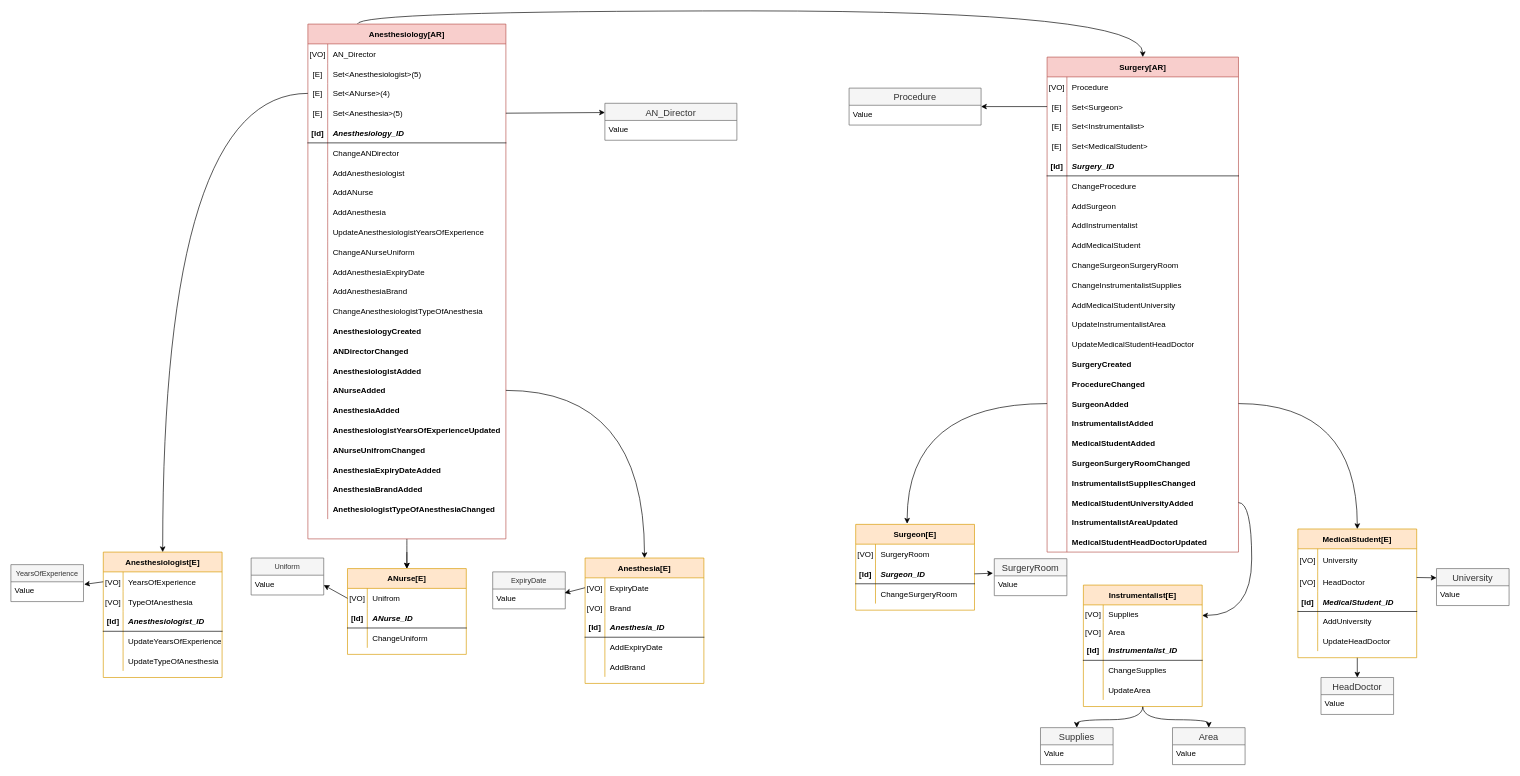
Earlier version of the draw.io diagram page "Model" (3 of 4) of model.drawio (shermaes/hospital-ddd). Source tidied: cells renumbered, new cells numbered last; positions are measured from the earlier drawing's top-left corner, leaving out a move shared by most shapes. Both pictures are drawn from the tidied source at 66%, with x=0, y=0 at pixel (11, 24).
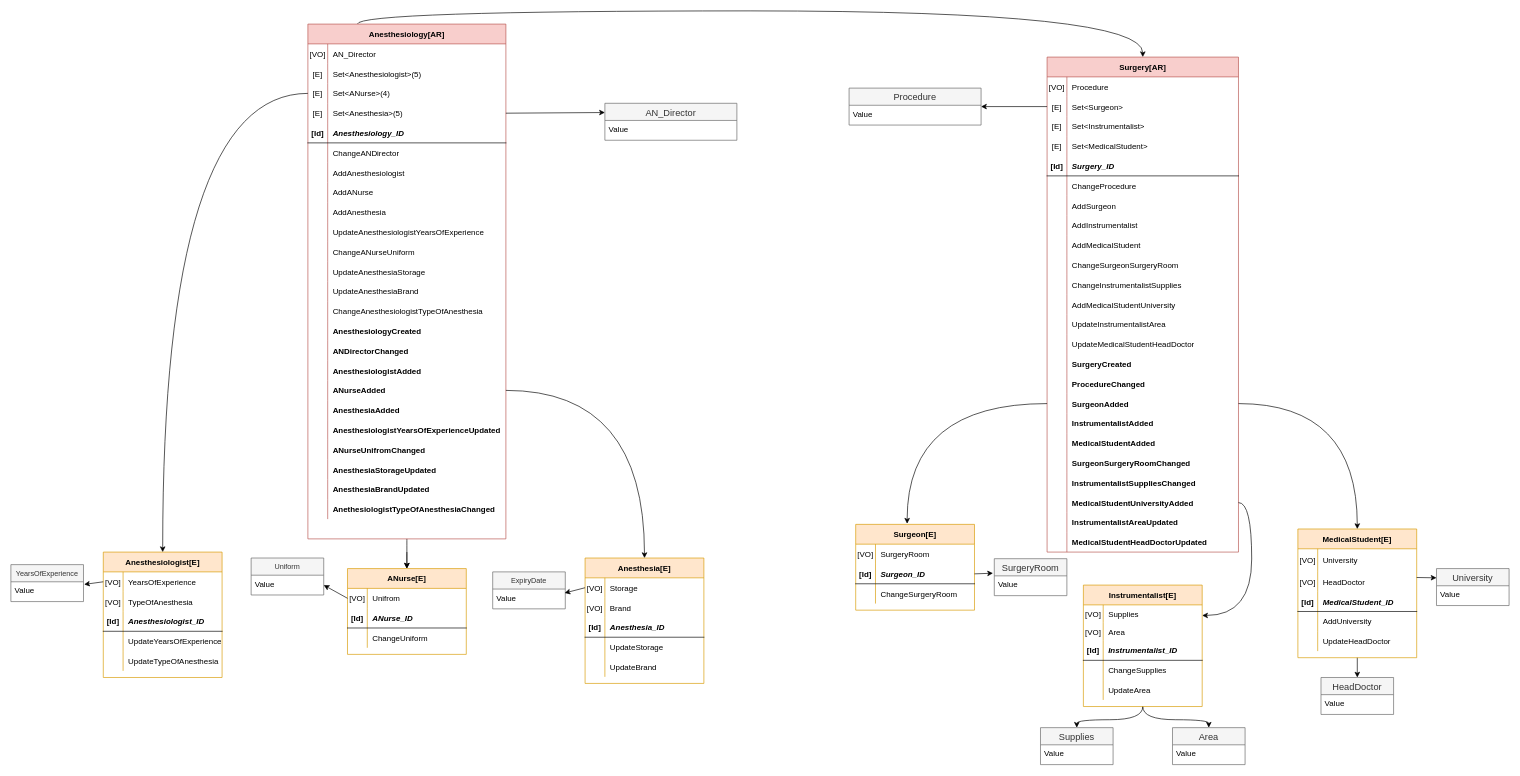
The same diagram, later.

Commit message (it also covers changes not shown here):
added the command to update the storage

Unchanged cells that the change refers to:
```xml
<mxCell id="39" style="shape=partialRectangle;fillColor=none;top=0;left=0;bottom=0;right=0;fontSize=14;verticalAlign=top;" parent="5" vertex="1">
  <mxGeometry y="360" width="300" height="30" as="geometry" />
</mxCell>
<mxCell id="42" style="shape=partialRectangle;fillColor=none;top=0;left=0;bottom=0;right=0;fontSize=14;verticalAlign=top;" parent="5" vertex="1">
  <mxGeometry y="390" width="300" height="30" as="geometry" />
</mxCell>
<mxCell id="69" style="shape=partialRectangle;fillColor=none;top=0;left=0;bottom=0;right=0;fontSize=14;verticalAlign=top;fontStyle=1;" parent="5" vertex="1">
  <mxGeometry y="660" width="300" height="30" as="geometry" />
</mxCell>
<mxCell id="72" style="shape=partialRectangle;fillColor=none;top=0;left=0;bottom=0;right=0;fontSize=14;verticalAlign=top;fontStyle=1;" parent="5" vertex="1">
  <mxGeometry y="690" width="300" height="30" as="geometry" />
</mxCell>
<mxCell id="216" style="shape=partialRectangle;fillColor=none;top=0;left=0;bottom=0;right=0;points=[[0,0.5],[1,0.5]];portConstraint=eastwest;" parent="215" vertex="1">
  <mxGeometry y="30" width="180" height="30" as="geometry" />
</mxCell>
<mxCell id="225" style="shape=partialRectangle;fillColor=none;top=0;left=0;bottom=0;right=0;" parent="215" vertex="1">
  <mxGeometry y="120" width="180" height="30" as="geometry" />
</mxCell>
<mxCell id="228" style="shape=partialRectangle;fillColor=none;top=0;left=0;bottom=0;right=0;" parent="215" vertex="1">
  <mxGeometry y="150" width="180" height="30" as="geometry" />
</mxCell>
```

The edit, as a diff of the source:
```diff
@@
-    <mxCell id="41" value="AddAnesthesiaExpiryDate" style="shape=partialRectangle;fillColor=none;top=0;left=0;bottom=0;right=0;align=left;spacingLeft=6;overflow=hidden;fontStyle=0;" parent="39" vertex="1">
+    <mxCell id="41" value="UpdateAnesthesiaStorage" style="shape=partialRectangle;fillColor=none;top=0;left=0;bottom=0;right=0;align=left;spacingLeft=6;overflow=hidden;fontStyle=0;" parent="39" vertex="1">
       <mxGeometry x="30" width="270" height="30" as="geometry" />
     </mxCell>
@@
-    <mxCell id="44" value="AddAnesthesiaBrand" style="shape=partialRectangle;fillColor=none;top=0;left=0;bottom=0;right=0;align=left;spacingLeft=6;overflow=hidden;fontStyle=0;" parent="42" vertex="1">
+    <mxCell id="44" value="UpdateAnesthesiaBrand" style="shape=partialRectangle;fillColor=none;top=0;left=0;bottom=0;right=0;align=left;spacingLeft=6;overflow=hidden;fontStyle=0;" parent="42" vertex="1">
       <mxGeometry x="30" width="270" height="30" as="geometry" />
     </mxCell>
@@
-    <mxCell id="71" value="AnesthesiaExpiryDateAdded" style="shape=partialRectangle;fillColor=none;top=0;left=0;bottom=0;right=0;align=left;spacingLeft=6;overflow=hidden;fontStyle=1;" parent="69" vertex="1">
+    <mxCell id="71" value="AnesthesiaStorageUpdated" style="shape=partialRectangle;fillColor=none;top=0;left=0;bottom=0;right=0;align=left;spacingLeft=6;overflow=hidden;fontStyle=1;" parent="69" vertex="1">
       <mxGeometry x="30" width="270" height="30" as="geometry" />
     </mxCell>
@@
-    <mxCell id="74" value="AnesthesiaBrandAdded" style="shape=partialRectangle;fillColor=none;top=0;left=0;bottom=0;right=0;align=left;spacingLeft=6;overflow=hidden;fontStyle=1;" parent="72" vertex="1">
+    <mxCell id="74" value="AnesthesiaBrandUpdated" style="shape=partialRectangle;fillColor=none;top=0;left=0;bottom=0;right=0;align=left;spacingLeft=6;overflow=hidden;fontStyle=1;" parent="72" vertex="1">
       <mxGeometry x="30" width="270" height="30" as="geometry" />
     </mxCell>
@@
-    <mxCell id="218" value="ExpiryDate" style="shape=partialRectangle;fillColor=none;top=0;left=0;bottom=0;right=0;align=left;spacingLeft=6;overflow=hidden;" parent="216" vertex="1">
+    <mxCell id="218" value="Storage" style="shape=partialRectangle;fillColor=none;top=0;left=0;bottom=0;right=0;align=left;spacingLeft=6;overflow=hidden;" parent="216" vertex="1">
       <mxGeometry x="30" width="150" height="30" as="geometry" />
     </mxCell>
@@
-    <mxCell id="227" value="AddExpiryDate" style="shape=partialRectangle;fillColor=none;top=0;left=0;bottom=0;right=0;align=left;spacingLeft=6;overflow=hidden;" parent="225" vertex="1">
+    <mxCell id="227" value="UpdateStorage" style="shape=partialRectangle;fillColor=none;top=0;left=0;bottom=0;right=0;align=left;spacingLeft=6;overflow=hidden;" parent="225" vertex="1">
       <mxGeometry x="30" width="150" height="30" as="geometry" />
     </mxCell>
@@
-    <mxCell id="230" value="AddBrand" style="shape=partialRectangle;fillColor=none;top=0;left=0;bottom=0;right=0;align=left;spacingLeft=6;overflow=hidden;" parent="228" vertex="1">
+    <mxCell id="230" value="UpdateBrand" style="shape=partialRectangle;fillColor=none;top=0;left=0;bottom=0;right=0;align=left;spacingLeft=6;overflow=hidden;" parent="228" vertex="1">
       <mxGeometry x="30" width="150" height="30" as="geometry" />
     </mxCell>
```
